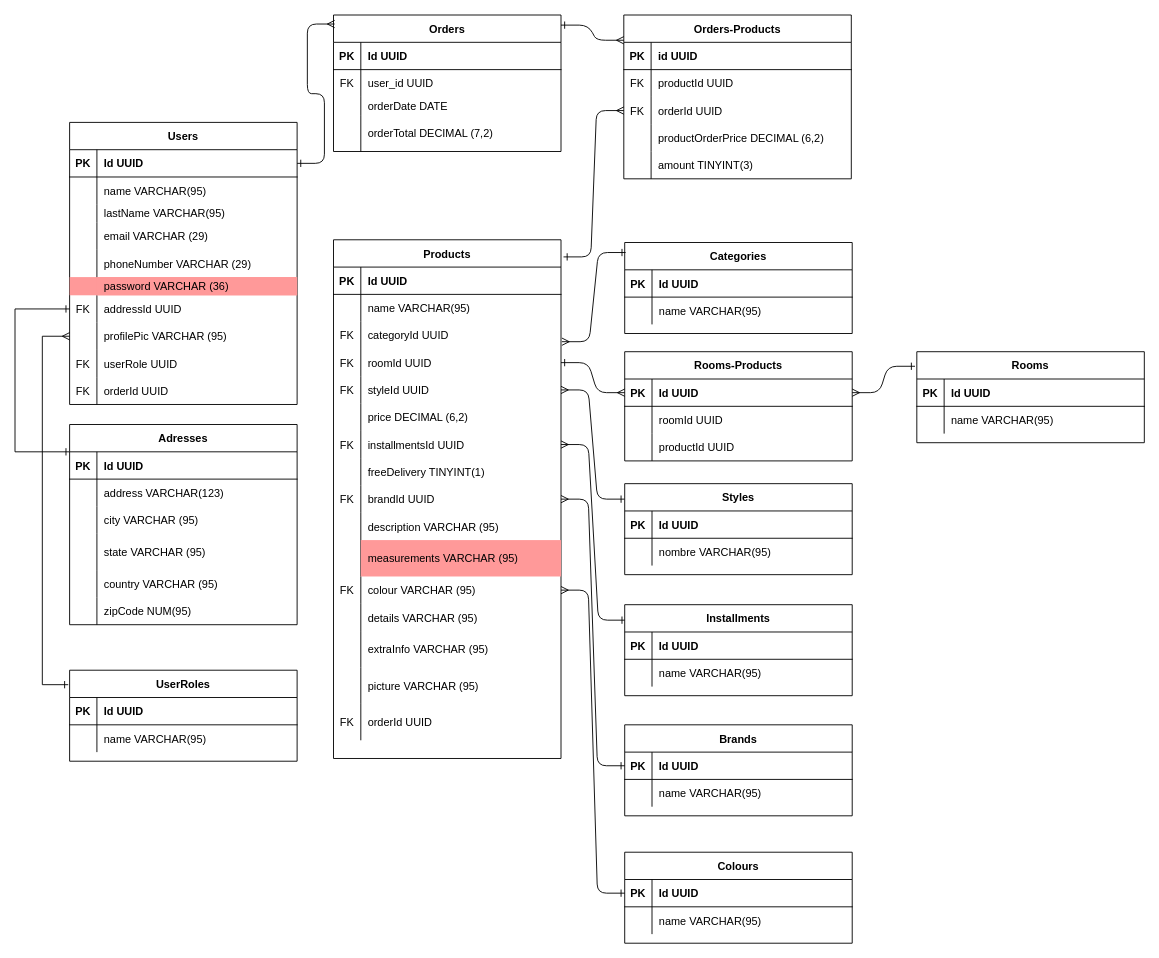
Mariana-Candia/New-repository keeps this draw.io diagram as Untitled Diagram.drawio. Above is the earlier version. Source tidied: cells renumbered, new cells numbered last; positions are measured from the earlier drawing's top-left corner, leaving out a move shared by most shapes. Both pictures are drawn from the tidied source at 91%, with x=0, y=0 at pixel (15, 15).
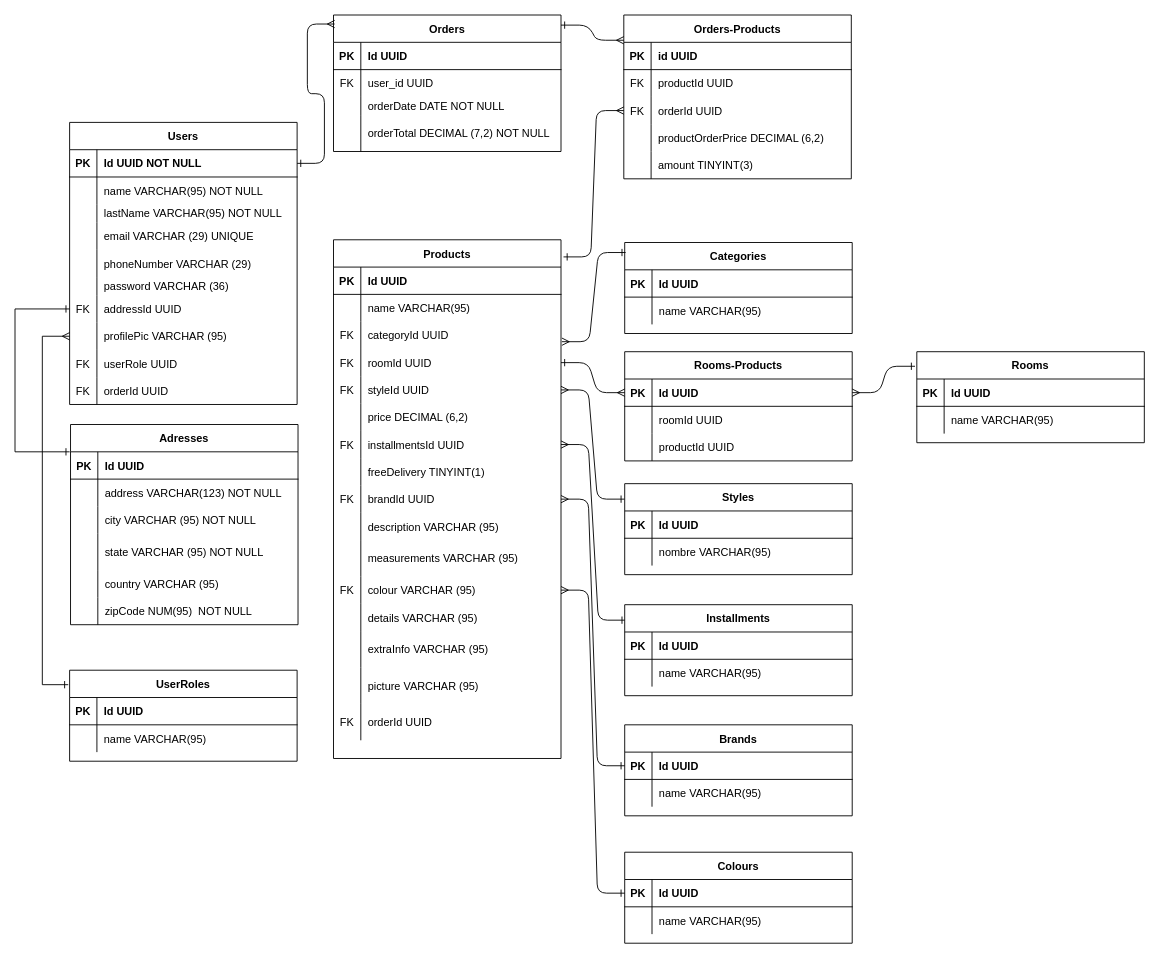
After the change.

The change refers to these unchanged cells:
```xml
<mxCell id="34" style="shape=partialRectangle;fillColor=none;top=0;left=0;right=0;bottom=0;" parent="3" vertex="1">
  <mxGeometry y="330" width="250" height="40" as="geometry" />
</mxCell>
<mxCell id="60" value="Users" style="shape=table;startSize=30;childLayout=tableLayout;rowLines=0;fontStyle=1;align=center;" parent="1" vertex="1">
  <mxGeometry x="60" y="118" width="250" height="310" as="geometry" />
</mxCell>
<mxCell id="61" style="shape=partialRectangle;fillColor=none;points=[[0,0.5],[1,0.5]];portConstraint=eastwest;top=0;left=0;right=0;bottom=1;" parent="60" vertex="1">
  <mxGeometry y="30" width="250" height="30" as="geometry" />
</mxCell>
<mxCell id="64" style="shape=partialRectangle;fillColor=none;top=0;left=0;right=0;bottom=0;" parent="60" vertex="1">
  <mxGeometry y="60" width="250" height="30" as="geometry" />
</mxCell>
<mxCell id="67" style="shape=partialRectangle;fillColor=none;top=0;left=0;right=0;bottom=0;" parent="60" vertex="1">
  <mxGeometry y="90" width="250" height="20" as="geometry" />
</mxCell>
<mxCell id="70" style="shape=partialRectangle;fillColor=none;top=0;left=0;right=0;bottom=0;" parent="60" vertex="1">
  <mxGeometry y="110" width="250" height="30" as="geometry" />
</mxCell>
<mxCell id="137" style="shape=partialRectangle;fillColor=none;top=0;left=0;right=0;bottom=0;" parent="130" vertex="1">
  <mxGeometry y="90" width="250" height="20" as="geometry" />
</mxCell>
<mxCell id="140" style="shape=partialRectangle;fillColor=none;top=0;left=0;right=0;bottom=0;" parent="130" vertex="1">
  <mxGeometry y="110" width="250" height="40" as="geometry" />
</mxCell>
<mxCell id="178" style="shape=partialRectangle;fillColor=none;top=0;left=0;right=0;bottom=0;" parent="174" vertex="1">
  <mxGeometry y="60" width="250" height="30" as="geometry" />
</mxCell>
<mxCell id="181" style="shape=partialRectangle;fillColor=none;top=0;left=0;right=0;bottom=0;" parent="174" vertex="1">
  <mxGeometry y="90" width="250" height="30" as="geometry" />
</mxCell>
<mxCell id="184" style="shape=partialRectangle;fillColor=none;top=0;left=0;right=0;bottom=0;" parent="174" vertex="1">
  <mxGeometry y="120" width="250" height="40" as="geometry" />
</mxCell>
<mxCell id="190" style="shape=partialRectangle;fillColor=none;top=0;left=0;right=0;bottom=0;" parent="174" vertex="1">
  <mxGeometry y="190" width="250" height="30" as="geometry" />
</mxCell>
```

The edit, as a diff of the source:
```diff
@@
-    <mxCell id="36" value="measurements VARCHAR (95)" style="shape=partialRectangle;overflow=hidden;fillColor=#FF9999;top=0;left=0;bottom=0;right=0;align=left;spacingLeft=6;" parent="34" vertex="1">
+    <mxCell id="36" value="measurements VARCHAR (95)" style="shape=partialRectangle;overflow=hidden;fillColor=none;top=0;left=0;bottom=0;right=0;align=left;spacingLeft=6;" parent="34" vertex="1">
       <mxGeometry x="30" width="220" height="40" as="geometry" />
     </mxCell>
@@
-    <mxCell id="63" value="Id UUID" style="shape=partialRectangle;overflow=hidden;fillColor=none;top=0;left=0;bottom=0;right=0;align=left;spacingLeft=6;fontStyle=1;" parent="61" vertex="1">
+    <mxCell id="63" value="Id UUID NOT NULL" style="shape=partialRectangle;overflow=hidden;fillColor=none;top=0;left=0;bottom=0;right=0;align=left;spacingLeft=6;fontStyle=1;" parent="61" vertex="1">
       <mxGeometry x="30" width="220" height="30" as="geometry" />
     </mxCell>
@@
-    <mxCell id="66" value="name VARCHAR(95)" style="shape=partialRectangle;overflow=hidden;fillColor=none;top=0;left=0;bottom=0;right=0;align=left;spacingLeft=6;" parent="64" vertex="1">
+    <mxCell id="66" value="name VARCHAR(95) NOT NULL" style="shape=partialRectangle;overflow=hidden;fillColor=none;top=0;left=0;bottom=0;right=0;align=left;spacingLeft=6;fontStyle=0;" parent="64" vertex="1">
       <mxGeometry x="30" width="220" height="30" as="geometry" />
     </mxCell>
@@
-    <mxCell id="69" value="lastName VARCHAR(95)" style="shape=partialRectangle;overflow=hidden;fillColor=none;top=0;left=0;bottom=0;right=0;align=left;spacingLeft=6;" parent="67" vertex="1">
+    <mxCell id="69" value="lastName VARCHAR(95) NOT NULL" style="shape=partialRectangle;overflow=hidden;fillColor=none;top=0;left=0;bottom=0;right=0;align=left;spacingLeft=6;" parent="67" vertex="1">
       <mxGeometry x="30" width="220" height="20" as="geometry" />
     </mxCell>
@@
-    <mxCell id="72" value="email VARCHAR (29)" style="shape=partialRectangle;overflow=hidden;fillColor=none;top=0;left=0;bottom=0;right=0;align=left;spacingLeft=6;" parent="70" vertex="1">
+    <mxCell id="72" value="email VARCHAR (29) UNIQUE" style="shape=partialRectangle;overflow=hidden;fillColor=none;top=0;left=0;bottom=0;right=0;align=left;spacingLeft=6;" parent="70" vertex="1">
       <mxGeometry x="30" width="220" height="30" as="geometry" />
     </mxCell>
@@
-    <mxCell id="76" style="shape=partialRectangle;fillColor=#FF9999;top=0;left=0;right=0;bottom=0;" parent="60" vertex="1">
+    <mxCell id="76" style="shape=partialRectangle;fillColor=none;top=0;left=0;right=0;bottom=0;" parent="60" vertex="1">
       <mxGeometry y="170" width="250" height="20" as="geometry" />
     </mxCell>
@@
-    <mxCell id="78" value="password VARCHAR (36)" style="shape=partialRectangle;overflow=hidden;fillColor=#FF9999;top=0;left=0;bottom=0;right=0;align=left;spacingLeft=6;" parent="76" vertex="1">
+    <mxCell id="78" value="password VARCHAR (36)" style="shape=partialRectangle;overflow=hidden;fillColor=none;top=0;left=0;bottom=0;right=0;align=left;spacingLeft=6;" parent="76" vertex="1">
       <mxGeometry x="30" width="220" height="20" as="geometry" />
     </mxCell>
@@
-    <mxCell id="138" style="shape=partialRectangle;overflow=hidden;fillColor=none;top=0;left=0;bottom=0;right=0;" parent="137" vertex="1">
+    <mxCell id="138" value="    " style="shape=partialRectangle;overflow=hidden;fillColor=none;top=0;left=0;bottom=0;right=0;" parent="137" vertex="1">
       <mxGeometry width="30" height="20" as="geometry" />
     </mxCell>
-    <mxCell id="139" value="orderDate DATE" style="shape=partialRectangle;overflow=hidden;fillColor=none;top=0;left=0;bottom=0;right=0;align=left;spacingLeft=6;" parent="137" vertex="1">
+    <mxCell id="139" value="orderDate DATE NOT NULL" style="shape=partialRectangle;overflow=hidden;fillColor=none;top=0;left=0;bottom=0;right=0;align=left;spacingLeft=6;" parent="137" vertex="1">
       <mxGeometry x="30" width="220" height="20" as="geometry" />
     </mxCell>
@@
-    <mxCell id="142" value="orderTotal DECIMAL (7,2)" style="shape=partialRectangle;overflow=hidden;fillColor=none;top=0;left=0;bottom=0;right=0;align=left;spacingLeft=6;" parent="140" vertex="1">
+    <mxCell id="142" value="orderTotal DECIMAL (7,2) NOT NULL" style="shape=partialRectangle;overflow=hidden;fillColor=none;top=0;left=0;bottom=0;right=0;align=left;spacingLeft=6;" parent="140" vertex="1">
       <mxGeometry x="30" width="220" height="40" as="geometry" />
     </mxCell>
@@
     <mxCell id="174" value="Adresses" style="shape=table;startSize=30;childLayout=tableLayout;rowLines=0;fontStyle=1;align=center;" parent="1" vertex="1">
-      <mxGeometry x="60" y="450" width="250" height="220" as="geometry" />
+      <mxGeometry x="61" y="450" width="250" height="220" as="geometry" />
     </mxCell>
@@
-    <mxCell id="180" value="address VARCHAR(123)" style="shape=partialRectangle;overflow=hidden;fillColor=none;top=0;left=0;bottom=0;right=0;align=left;spacingLeft=6;" parent="178" vertex="1">
+    <mxCell id="180" value="address VARCHAR(123) NOT NULL" style="shape=partialRectangle;overflow=hidden;fillColor=none;top=0;left=0;bottom=0;right=0;align=left;spacingLeft=6;" parent="178" vertex="1">
       <mxGeometry x="30" width="220" height="30" as="geometry" />
     </mxCell>
@@
-    <mxCell id="183" value="city VARCHAR (95)" style="shape=partialRectangle;overflow=hidden;fillColor=none;top=0;left=0;bottom=0;right=0;align=left;spacingLeft=6;" parent="181" vertex="1">
+    <mxCell id="183" value="city VARCHAR (95) NOT NULL" style="shape=partialRectangle;overflow=hidden;fillColor=none;top=0;left=0;bottom=0;right=0;align=left;spacingLeft=6;" parent="181" vertex="1">
       <mxGeometry x="30" width="220" height="30" as="geometry" />
     </mxCell>
@@
-    <mxCell id="186" value="state VARCHAR (95)" style="shape=partialRectangle;overflow=hidden;fillColor=none;top=0;left=0;bottom=0;right=0;align=left;spacingLeft=6;" parent="184" vertex="1">
+    <mxCell id="186" value="state VARCHAR (95) NOT NULL" style="shape=partialRectangle;overflow=hidden;fillColor=none;top=0;left=0;bottom=0;right=0;align=left;spacingLeft=6;" parent="184" vertex="1">
       <mxGeometry x="30" width="220" height="40" as="geometry" />
     </mxCell>
@@
-    <mxCell id="192" value="zipCode NUM(95)" style="shape=partialRectangle;overflow=hidden;fillColor=none;top=0;left=0;bottom=0;right=0;align=left;spacingLeft=6;" parent="190" vertex="1">
+    <mxCell id="192" value="zipCode NUM(95)  NOT NULL" style="shape=partialRectangle;overflow=hidden;fillColor=none;top=0;left=0;bottom=0;right=0;align=left;spacingLeft=6;" parent="190" vertex="1">
       <mxGeometry x="30" width="220" height="30" as="geometry" />
     </mxCell>
```
